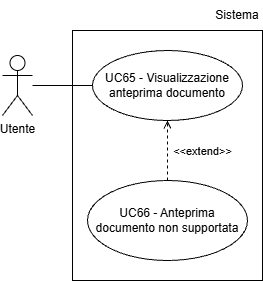
This is assets/Use_Case_Diagrams/UC65.png from Team-Three-Technologies/Documenti, a draw.io export, as it was before one commit. Source tidied: cells renumbered, new cells last; positions are measured from the earlier drawing's top-left corner, leaving out a move shared by most shapes.
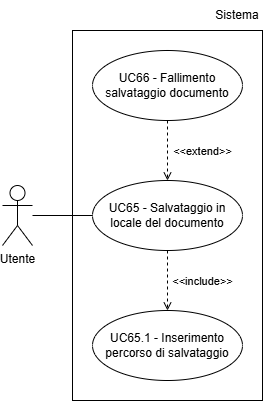
Above is the later version.

Diff of the diagram source:
```diff
@@ -5,25 +5,31 @@
     <mxCell id="2" value="Utente" style="shape=umlActor;verticalLabelPosition=bottom;verticalAlign=top;html=1;outlineConnect=0;" parent="1" vertex="1">
       <mxGeometry y="55" width="30" height="60" as="geometry" />
     </mxCell>
-    <mxCell id="3" style="endArrow=none;html=1;rounded=0;entryX=0;entryY=0.5;entryDx=0;entryDy=0;" parent="1" edge="1" source="2">
-      <mxGeometry relative="1" as="geometry">
-        <mxPoint x="90" y="85" as="targetPoint" />
-      </mxGeometry>
-    </mxCell>
-    <mxCell id="4" value="UC65 - Visualizzazione anteprima documento" style="ellipse;whiteSpace=wrap;html=1;" parent="1" vertex="1">
-      <mxGeometry x="90" y="50" width="150" height="70" as="geometry" />
-    </mxCell>
-    <mxCell id="5" value="UC66 - Anteprima documento non supportata" style="ellipse;whiteSpace=wrap;html=1;" parent="1" vertex="1">
-      <mxGeometry x="85" y="180" width="160" height="80" as="geometry" />
-    </mxCell>
+    <mxCell id="9" style="endArrow=none;html=1;rounded=0;entryX=0;entryY=0.5;entryDx=0;entryDy=0;" parent="1" edge="1" source="2">
+      <mxGeometry relative="1" as="geometry">
+        <mxPoint x="90" y="85" as="targetPoint" />
+      </mxGeometry>
+    </mxCell>
+    <mxCell id="10" value="UC65 - Salvataggio in locale del documento" style="ellipse;whiteSpace=wrap;html=1;" parent="1" vertex="1">
+      <mxGeometry x="90" y="50" width="150" height="70" as="geometry" />
+    </mxCell>
+    <mxCell id="11" value="UC65.1 - Inserimento percorso di salvataggio" style="ellipse;whiteSpace=wrap;html=1;" parent="1" vertex="1">
+      <mxGeometry x="90" y="180" width="150" height="70" as="geometry" />
+    </mxCell>
+    <mxCell id="12" value="UC66 - Fallimento salvataggio documento" style="ellipse;whiteSpace=wrap;html=1;" parent="1" vertex="1">
+      <mxGeometry x="90" y="-80" width="150" height="70" as="geometry" />
+    </mxCell>
+    <mxCell id="13" value="&amp;lt;&amp;lt;include&amp;gt;&amp;gt;" style="html=1;verticalAlign=bottom;labelBackgroundColor=none;endArrow=open;endFill=0;dashed=1;rounded=0;exitX=0.5;exitY=1;exitDx=0;exitDy=0;entryX=0.5;entryY=0;entryDx=0;entryDy=0;" parent="1" edge="1" source="10" target="11">
+      <mxGeometry x="0.33" y="35" relative="1" as="geometry" />
+    </mxCell>
-    <mxCell id="6" value="&amp;lt;&amp;lt;extend&amp;gt;&amp;gt;" style="html=1;verticalAlign=bottom;labelBackgroundColor=none;endArrow=open;endFill=0;dashed=1;rounded=0;exitX=0.5;exitY=0;exitDx=0;exitDy=0;entryX=0.5;entryY=1;entryDx=0;entryDy=0;" parent="1" edge="1" source="5" target="4">
-      <mxGeometry x="-0.33" y="-35" relative="1" as="geometry" />
+    <mxCell id="6" value="&amp;lt;&amp;lt;extend&amp;gt;&amp;gt;" style="html=1;verticalAlign=bottom;labelBackgroundColor=none;endArrow=open;endFill=0;dashed=1;rounded=0;exitX=0.5;exitY=1;exitDx=0;exitDy=0;entryX=0.5;entryY=0;entryDx=0;entryDy=0;" parent="1" edge="1" source="12" target="10">
+      <mxGeometry x="0.33" y="35" relative="1" as="geometry" />
     </mxCell>
-    <mxCell id="7" style="rounded=0;whiteSpace=wrap;html=1;fillColor=none;" parent="1" vertex="1">
-      <mxGeometry x="70" y="30" width="190" height="250" as="geometry" />
-    </mxCell>
+    <mxCell id="14" style="rounded=0;whiteSpace=wrap;html=1;fillColor=none;" parent="1" vertex="1">
+      <mxGeometry x="70" y="-100" width="190" height="370" as="geometry" />
+    </mxCell>
     <mxCell id="8" value="Sistema" style="text;html=1;whiteSpace=wrap;strokeColor=none;fillColor=none;align=center;verticalAlign=middle;rounded=0;" parent="1" vertex="1">
-      <mxGeometry x="210" width="50" height="30" as="geometry" />
+      <mxGeometry x="210" y="-130" width="50" height="30" as="geometry" />
     </mxCell>
   </root>
 </mxGraphModel>
```
